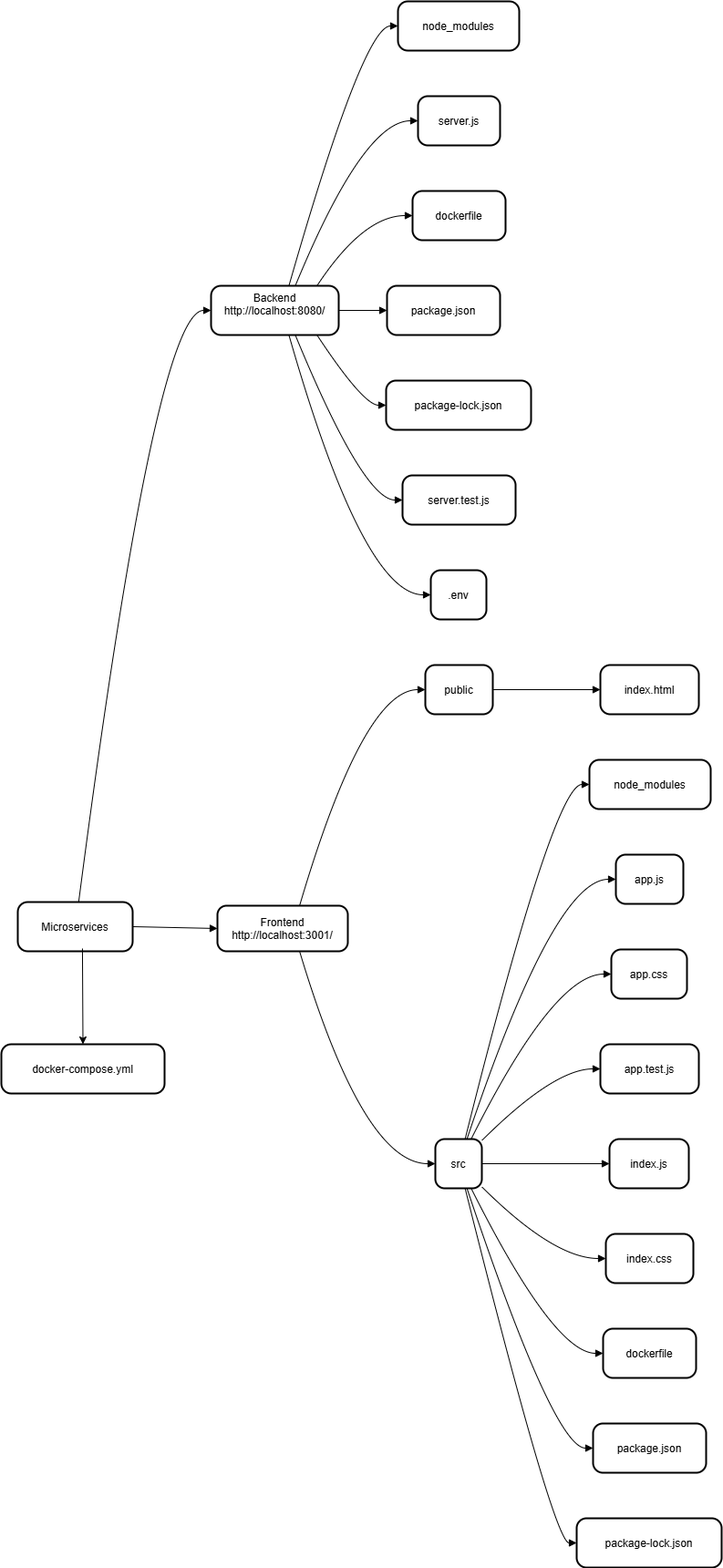
Before: Microservices/images/MicroServices.drawio.png, a diagram exported from draw.io (ANANA1218/MicroServices). Source tidied: cells renumbered, new cells last; positions are measured from the earlier drawing's top-left corner, leaving out a move shared by most shapes.
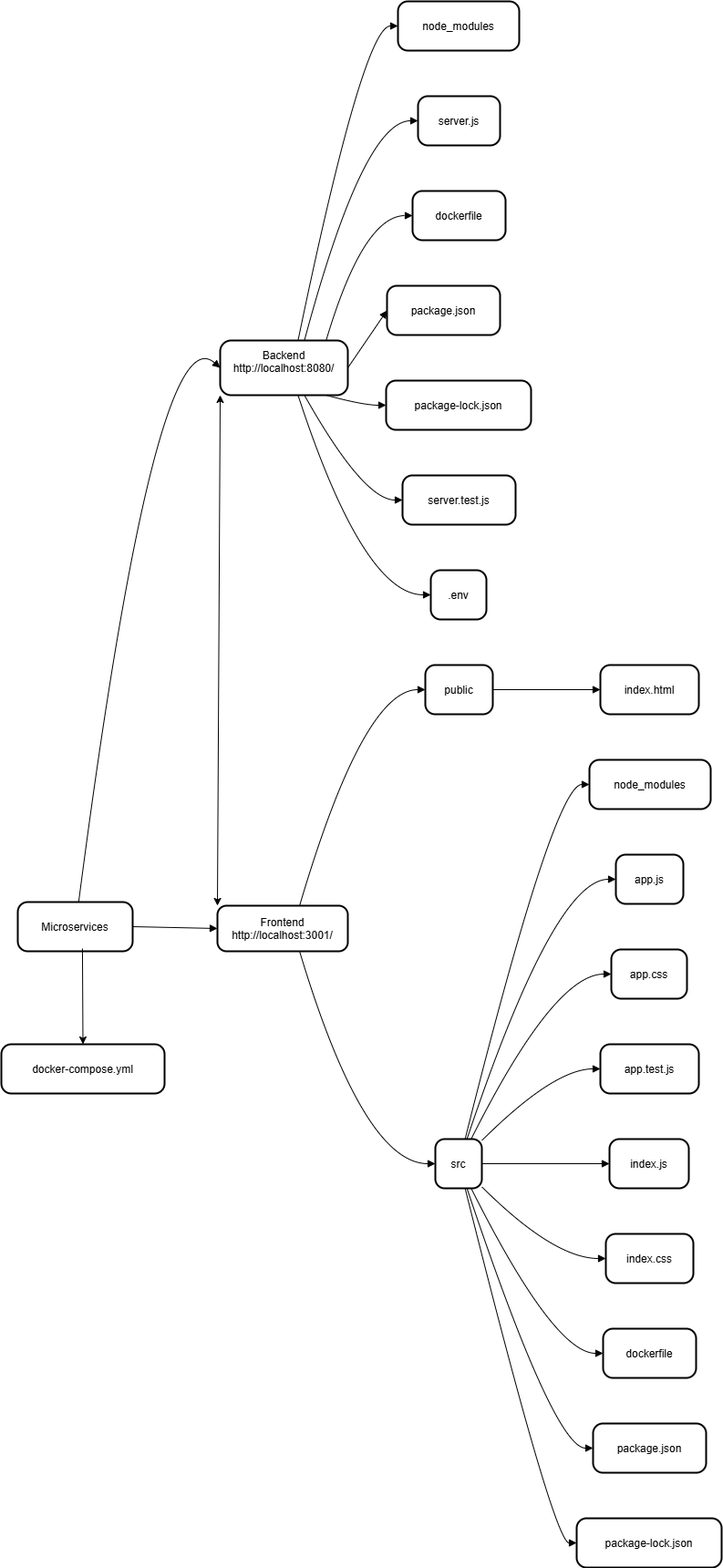
The same file after the commit.

Commit message:
Mettre à jour MicroServices.drawio.png

Change to the diagram source:
```diff
@@ -6,7 +6,7 @@
       <mxGeometry x="18" y="988" width="126" height="54" as="geometry" />
     </mxCell>
     <mxCell id="3" value="Backend&#10;http://localhost:8080/&#10;" style="rounded=1;arcSize=20;strokeWidth=2;" parent="1" vertex="1">
-      <mxGeometry x="230" y="312" width="140" height="54" as="geometry" />
+      <mxGeometry x="240" y="372" width="140" height="60" as="geometry" />
     </mxCell>
     <mxCell id="4" value="node_modules" style="rounded=1;arcSize=20;strokeWidth=2;" parent="1" vertex="1">
       <mxGeometry x="435" width="133" height="54" as="geometry" />
@@ -205,5 +205,8 @@
     <mxCell id="46" style="endArrow=classic;html=1;rounded=0;entryX=0.5;entryY=0;entryDx=0;entryDy=0;exitX=0.563;exitY=0.944;exitDx=0;exitDy=0;exitPerimeter=0;" parent="1" edge="1" source="2" target="24">
       <mxGeometry relative="1" as="geometry" />
     </mxCell>
+    <mxCell id="47" style="endArrow=classic;startArrow=classic;html=1;rounded=0;entryX=0;entryY=1;entryDx=0;entryDy=0;exitX=0;exitY=0;exitDx=0;exitDy=0;" parent="1" edge="1" source="11" target="3">
+      <mxGeometry relative="1" as="geometry" />
+    </mxCell>
   </root>
 </mxGraphModel>
```
